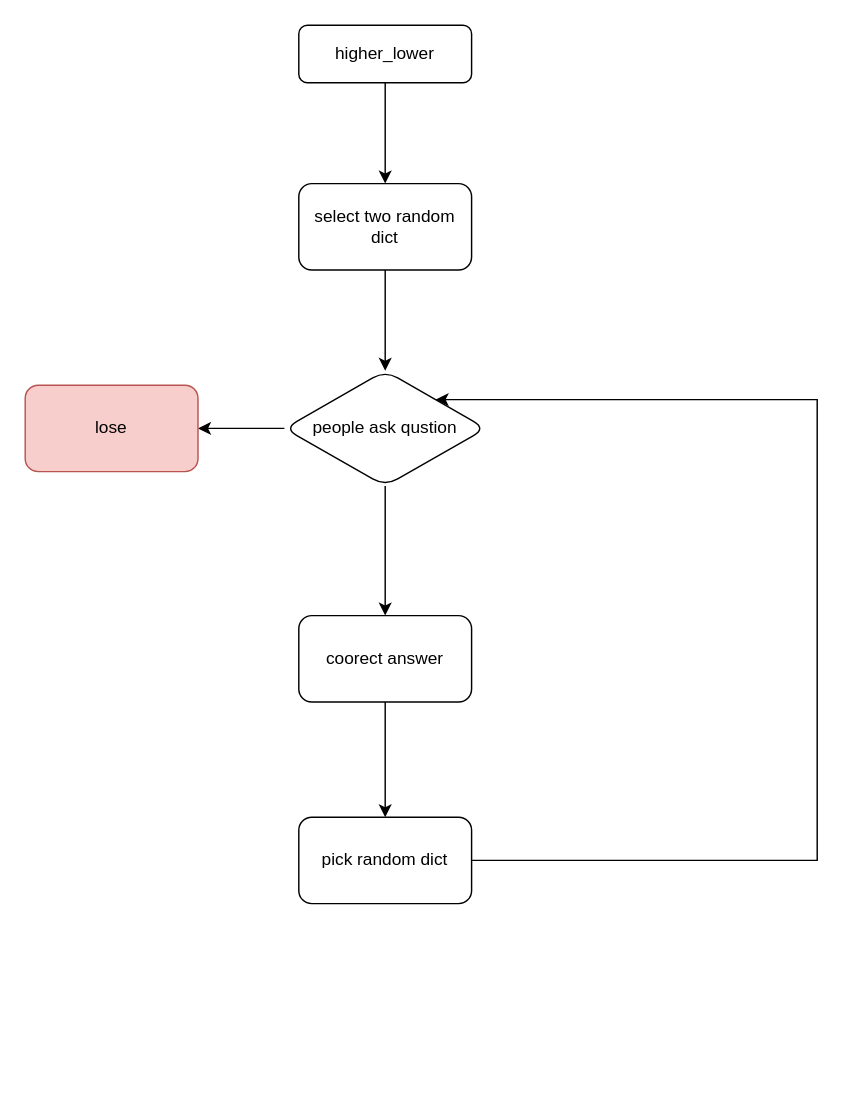
Before: flowChart/higher_low.drawio in wer340/ascii-art, a draw.io diagram. Source tidied: cells renumbered, new cells numbered last; positions are measured from the earlier drawing's top-left corner, leaving out a move shared by most shapes. Both pictures are drawn from the tidied source at 144%, with x=0, y=0 at pixel (24, 24).
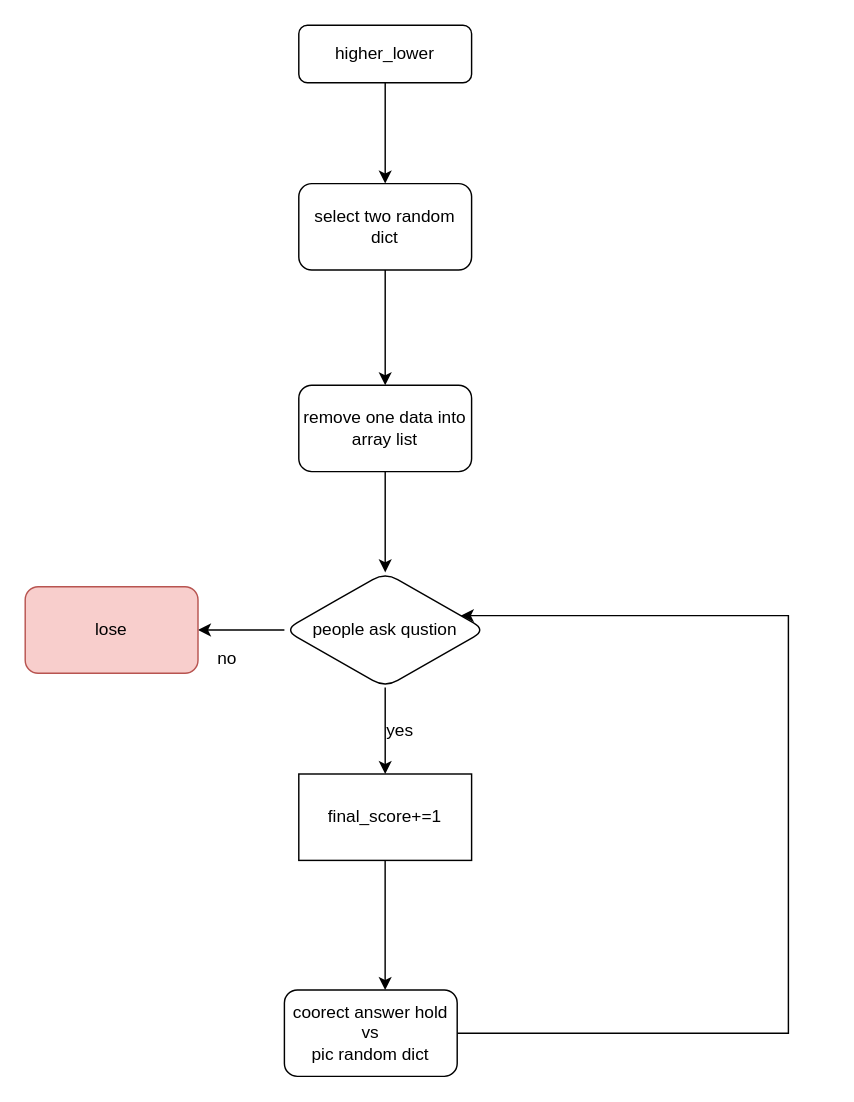
The same diagram, later.

The change refers to these unchanged cells:
```xml
<mxCell id="5" value="select two random&lt;br&gt;dict" style="whiteSpace=wrap;html=1;rounded=1;glass=0;strokeWidth=1;shadow=0;" parent="1" vertex="1">
  <mxGeometry x="190" y="110" width="120" height="60" as="geometry" />
</mxCell>
```

What changed in the source:
```diff
@@
-    <mxCell id="4" style="edgeStyle=orthogonalEdgeStyle;rounded=0;jettySize=auto;html=1;" parent="1" edge="1" source="5" target="8">
-      <mxGeometry relative="1" as="geometry" />
-    </mxCell>
+    <mxCell id="14" style="edgeStyle=orthogonalEdgeStyle;rounded=0;jettySize=auto;html=1;" parent="1" edge="1" source="5" target="22">
+      <mxGeometry relative="1" as="geometry" />
+    </mxCell>
@@
-    <mxCell id="7" style="edgeStyle=orthogonalEdgeStyle;rounded=0;jettySize=auto;html=1;" parent="1" edge="1" source="8" target="11">
-      <mxGeometry relative="1" as="geometry" />
-    </mxCell>
     <mxCell id="8" value="people ask qustion" style="rhombus;whiteSpace=wrap;html=1;rounded=1;glass=0;strokeWidth=1;shadow=0;" parent="1" vertex="1">
-      <mxGeometry x="180" y="240" width="140" height="80" as="geometry" />
+      <mxGeometry x="180" y="380" width="140" height="80" as="geometry" />
     </mxCell>
     <mxCell id="9" value="lose" style="whiteSpace=wrap;html=1;rounded=1;glass=0;strokeWidth=1;shadow=0;fillColor=#f8cecc;strokeColor=#b85450;" parent="1" vertex="1">
-      <mxGeometry y="250" width="120" height="60" as="geometry" />
+      <mxGeometry y="390" width="120" height="60" as="geometry" />
     </mxCell>
-    <mxCell id="10" style="edgeStyle=orthogonalEdgeStyle;rounded=0;jettySize=auto;html=1;" parent="1" edge="1" source="11" target="13">
-      <mxGeometry relative="1" as="geometry" />
-    </mxCell>
+    <mxCell id="15" style="edgeStyle=orthogonalEdgeStyle;rounded=0;jettySize=auto;html=1;" parent="1" edge="1" source="11" target="8">
+      <mxGeometry relative="1" as="geometry">
+        <Array as="points">
+          <mxPoint x="530" y="700" />
+          <mxPoint x="530" y="410" />
+        </Array>
+      </mxGeometry>
+    </mxCell>
-    <mxCell id="11" value="coorect answer" style="whiteSpace=wrap;html=1;rounded=1;glass=0;strokeWidth=1;shadow=0;" parent="1" vertex="1">
-      <mxGeometry x="190" y="410" width="120" height="60" as="geometry" />
+    <mxCell id="11" value="coorect answer hold&lt;br&gt;vs&lt;br&gt;pic random dict" style="whiteSpace=wrap;html=1;rounded=1;glass=0;strokeWidth=1;shadow=0;" parent="1" vertex="1">
+      <mxGeometry x="180" y="670" width="120" height="60" as="geometry" />
     </mxCell>
-    <mxCell id="12" style="edgeStyle=orthogonalEdgeStyle;rounded=0;jettySize=auto;html=1;" parent="1" edge="1" source="13" target="8">
-      <mxGeometry relative="1" as="geometry">
-        <Array as="points">
-          <mxPoint x="550" y="580" />
-          <mxPoint x="550" y="260" />
-        </Array>
-      </mxGeometry>
-    </mxCell>
-    <mxCell id="13" value="pick random dict" style="whiteSpace=wrap;html=1;rounded=1;glass=0;strokeWidth=1;shadow=0;" parent="1" vertex="1">
-      <mxGeometry x="190" y="550" width="120" height="60" as="geometry" />
-    </mxCell>
+    <mxCell id="16" style="edgeStyle=orthogonalEdgeStyle;rounded=0;jettySize=auto;html=1;" parent="1" edge="1" source="8" target="20">
+      <mxGeometry relative="1" as="geometry">
+        <Array as="points">
+          <mxPoint x="250" y="538" />
+          <mxPoint x="260" y="538" />
+        </Array>
+      </mxGeometry>
+    </mxCell>
+    <mxCell id="17" value="yes" style="text;html=1;align=center;verticalAlign=middle;strokeColor=none;fillColor=none;" parent="1" vertex="1">
+      <mxGeometry x="240" y="475" width="40" height="30" as="geometry" />
+    </mxCell>
+    <mxCell id="18" value="no" style="text;html=1;align=center;verticalAlign=middle;strokeColor=none;fillColor=none;" parent="1" vertex="1">
+      <mxGeometry x="120" y="425" width="40" height="30" as="geometry" />
+    </mxCell>
+    <mxCell id="19" style="edgeStyle=orthogonalEdgeStyle;rounded=0;jettySize=auto;html=1;entryX=0.583;entryY=0;entryDx=0;entryDy=0;entryPerimeter=0;" parent="1" edge="1" source="20" target="11">
+      <mxGeometry relative="1" as="geometry" />
+    </mxCell>
+    <mxCell id="20" value="final_score+=1" style="whiteSpace=wrap;html=1;" parent="1" vertex="1">
+      <mxGeometry x="190" y="520" width="120" height="60" as="geometry" />
+    </mxCell>
+    <mxCell id="21" style="edgeStyle=orthogonalEdgeStyle;rounded=0;jettySize=auto;html=1;" parent="1" edge="1" source="22" target="8">
+      <mxGeometry relative="1" as="geometry" />
+    </mxCell>
+    <mxCell id="22" value="remove one data into&lt;br&gt;array list" style="whiteSpace=wrap;html=1;rounded=1;glass=0;strokeWidth=1;shadow=0;" parent="1" vertex="1">
+      <mxGeometry x="190" y="250" width="120" height="60" as="geometry" />
+    </mxCell>
```
